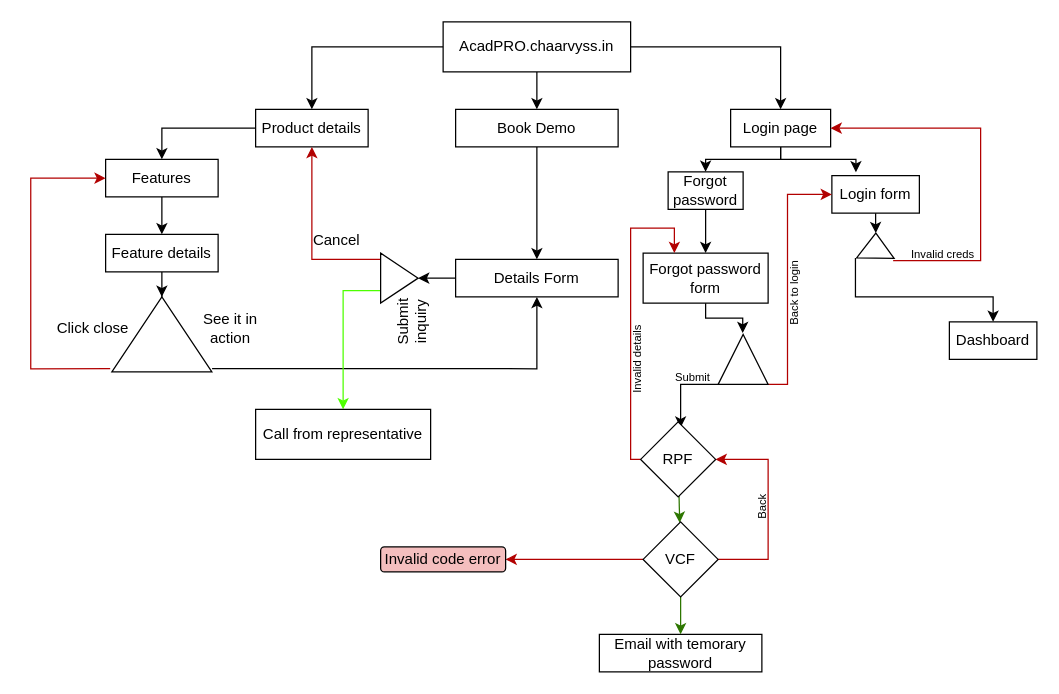
Above: page "Site" (12 of 13) of flows/Untitled Diagram.drawio in chaarvyss/chaarvy_fe_v2 (draw.io), before the change. Source tidied: cells renumbered, new cells numbered last; positions are measured from the earlier drawing's top-left corner, leaving out a move shared by most shapes. Both pictures are drawn from the tidied source at 125%, with x=0, y=0 at pixel (30, 21).
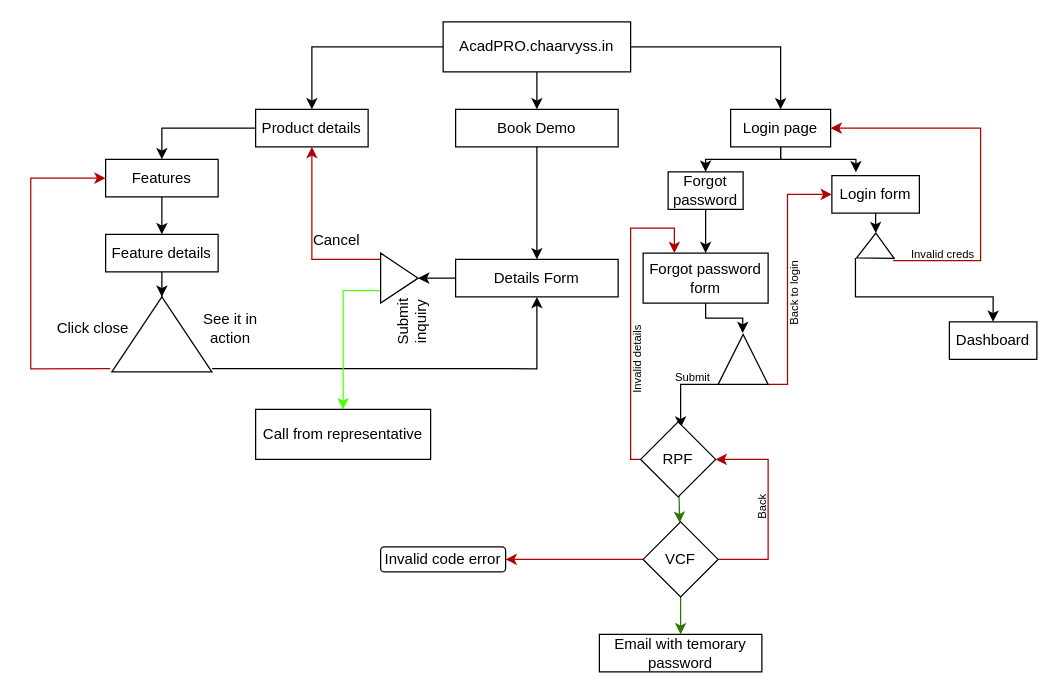
The same diagram, later.

Diff of the diagram source:
```diff
@@
-    <mxCell id="56" value="Invalid code error" style="rounded=1;whiteSpace=wrap;html=1;fillColor=light-dark(#f4bebe, #ededed);" parent="1" vertex="1">
+    <mxCell id="56" value="Invalid code error" style="rounded=1;whiteSpace=wrap;html=1;" parent="1" vertex="1">
       <mxGeometry x="280" y="420" width="100" height="20" as="geometry" />
     </mxCell>
```
